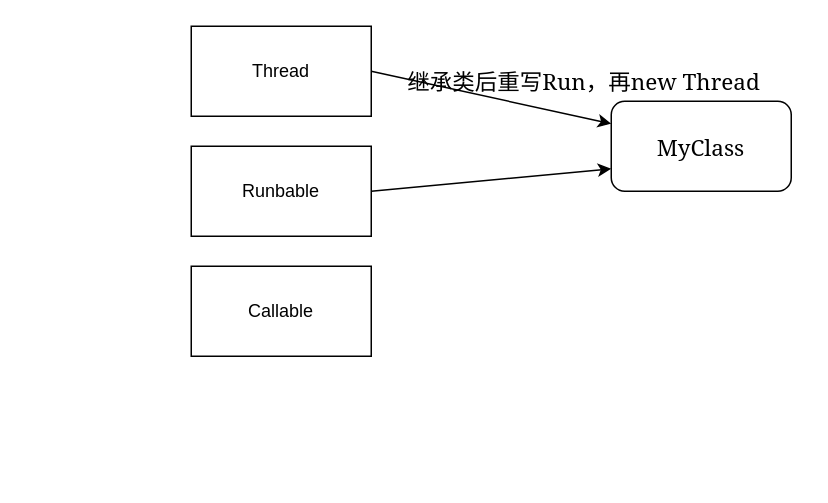
Above: img/JUC.drawio in JustinMa972/ImageHosting (draw.io), before the change. Source tidied: cells renumbered, new cells numbered last; positions are measured from the earlier drawing's top-left corner, leaving out a move shared by most shapes. Both pictures are drawn from the tidied source at 150%, with x=0, y=0 at pixel (190, 26).
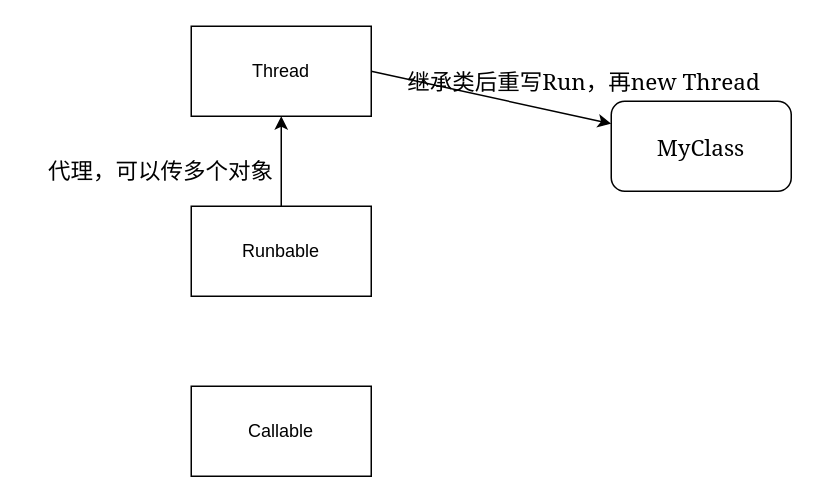
The same diagram, later.

Change to the diagram source:
```diff
@@
 <mxGraphModel>
   <root>
     <mxCell id="0" />
     <mxCell id="1" parent="0" />
     <mxCell id="2" style="rounded=0;jettySize=auto;html=1;exitX=1;exitY=0.5;exitDx=0;exitDy=0;entryX=0;entryY=0.25;entryDx=0;entryDy=0;fontFamily=Georgia;fontSize=15;" parent="1" edge="1" source="3" target="7">
       <mxGeometry relative="1" as="geometry" />
     </mxCell>
     <mxCell id="3" value="Thread" style="rounded=0;whiteSpace=wrap;html=1;" parent="1" vertex="1">
       <mxGeometry width="120" height="60" as="geometry" />
     </mxCell>
-    <mxCell id="4" style="edgeStyle=none;rounded=0;jettySize=auto;html=1;exitX=1;exitY=0.5;exitDx=0;exitDy=0;entryX=0;entryY=0.75;entryDx=0;entryDy=0;fontFamily=Georgia;fontSize=15;" parent="1" edge="1" source="5" target="7">
-      <mxGeometry relative="1" as="geometry" />
-    </mxCell>
+    <mxCell id="9" style="edgeStyle=none;rounded=0;jettySize=auto;html=1;exitX=0.5;exitY=0;exitDx=0;exitDy=0;entryX=0.5;entryY=1;entryDx=0;entryDy=0;fontFamily=Georgia;fontSize=15;" parent="1" edge="1" source="5" target="3">
+      <mxGeometry relative="1" as="geometry" />
+    </mxCell>
     <mxCell id="5" value="Runbable" style="rounded=0;whiteSpace=wrap;html=1;" parent="1" vertex="1">
-      <mxGeometry y="80" width="120" height="60" as="geometry" />
+      <mxGeometry y="120" width="120" height="60" as="geometry" />
     </mxCell>
     <mxCell id="6" value="Callable" style="rounded=0;whiteSpace=wrap;html=1;" parent="1" vertex="1">
-      <mxGeometry y="160" width="120" height="60" as="geometry" />
+      <mxGeometry y="240" width="120" height="60" as="geometry" />
     </mxCell>
     <mxCell id="7" value="MyClass" style="rounded=1;whiteSpace=wrap;html=1;fontFamily=Georgia;fontSize=15;" parent="1" vertex="1">
       <mxGeometry x="280" y="50" width="120" height="60" as="geometry" />
     </mxCell>
     <mxCell id="8" value="继承类后重写Run，再new Thread" style="text;html=1;strokeColor=none;fillColor=none;align=center;verticalAlign=middle;whiteSpace=wrap;rounded=0;fontFamily=Georgia;fontSize=15;" parent="1" vertex="1">
       <mxGeometry x="117" y="21" width="290" height="30" as="geometry" />
     </mxCell>
+    <mxCell id="10" value="代理，可以传多个对象" style="text;html=1;strokeColor=none;fillColor=none;align=center;verticalAlign=middle;whiteSpace=wrap;rounded=0;fontFamily=Georgia;fontSize=15;" parent="1" vertex="1">
+      <mxGeometry x="-110" y="80" width="180" height="30" as="geometry" />
+    </mxCell>
   </root>
 </mxGraphModel>
```
